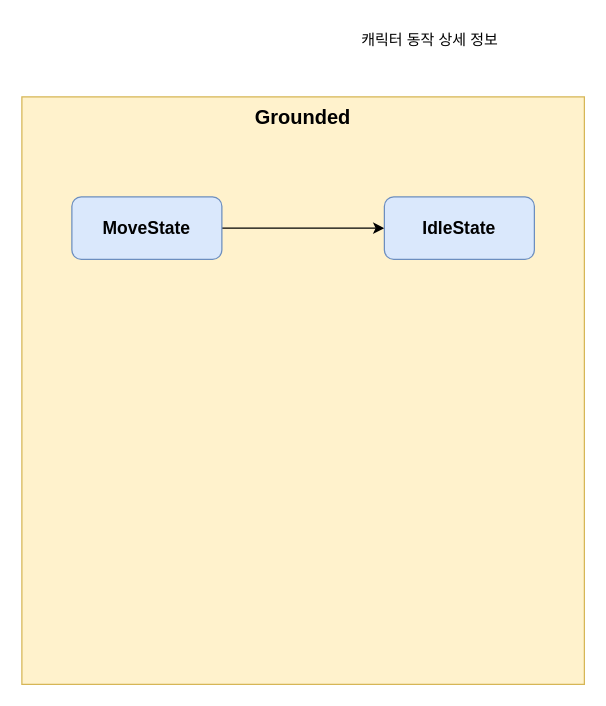
SBSun/Roguelike keeps this draw.io diagram as Roguelike.drawio. Above is the earlier version. Source tidied: cells renumbered, new cells numbered last; positions are measured from the earlier drawing's top-left corner, leaving out a move shared by most shapes. Both pictures are drawn from the tidied source at 125%, with x=0, y=0 at pixel (21, 21).
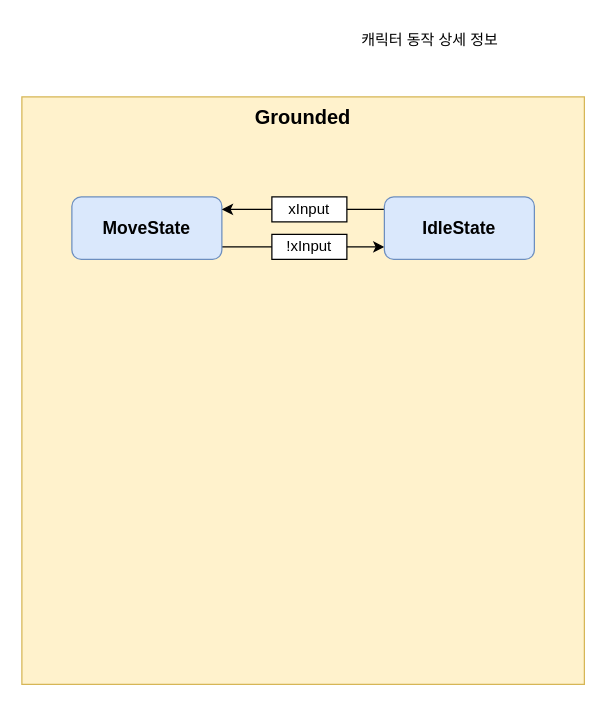
After the change.

Diff of the diagram source:
```diff
@@
 <mxGraphModel>
   <root>
     <mxCell id="0" />
     <mxCell id="1" parent="0" />
     <mxCell id="2" value="&amp;nbsp;캐릭터 동작 상세 정보" style="text;html=1;strokeColor=none;fillColor=none;align=center;verticalAlign=middle;whiteSpace=wrap;rounded=0;" parent="1" vertex="1">
       <mxGeometry x="240" width="170" height="30" as="geometry" />
     </mxCell>
     <mxCell id="3" value="&lt;b&gt;&lt;font style=&quot;font-size: 16px&quot;&gt;Grounded&lt;/font&gt;&lt;/b&gt;" style="rounded=0;whiteSpace=wrap;html=1;fillColor=#fff2cc;strokeColor=#d6b656;align=center;verticalAlign=top;" parent="1" vertex="1">
       <mxGeometry y="60" width="450" height="470" as="geometry" />
     </mxCell>
     <mxCell id="4" style="edgeStyle=orthogonalEdgeStyle;rounded=0;jettySize=auto;html=1;" parent="1" edge="1" source="5" target="6">
       <mxGeometry relative="1" as="geometry">
         <Array as="points">
-          <mxPoint x="230" y="165" />
-          <mxPoint x="230" y="165" />
+          <mxPoint x="170" y="180" />
+          <mxPoint x="170" y="180" />
         </Array>
       </mxGeometry>
     </mxCell>
     <mxCell id="5" value="&lt;b&gt;&lt;font style=&quot;font-size: 14px&quot;&gt;MoveState&lt;/font&gt;&lt;/b&gt;" style="rounded=1;whiteSpace=wrap;html=1;fillColor=#dae8fc;strokeColor=#6c8ebf;" parent="1" vertex="1">
       <mxGeometry x="40" y="140" width="120" height="50" as="geometry" />
     </mxCell>
+    <mxCell id="7" style="edgeStyle=orthogonalEdgeStyle;rounded=0;jettySize=auto;html=1;" parent="1" edge="1" source="6" target="5">
+      <mxGeometry relative="1" as="geometry">
+        <Array as="points">
+          <mxPoint x="220" y="150" />
+          <mxPoint x="220" y="150" />
+        </Array>
+      </mxGeometry>
+    </mxCell>
     <mxCell id="6" value="&lt;b&gt;&lt;font style=&quot;font-size: 14px&quot;&gt;IdleState&lt;/font&gt;&lt;/b&gt;" style="rounded=1;whiteSpace=wrap;html=1;fillColor=#dae8fc;strokeColor=#6c8ebf;" parent="1" vertex="1">
       <mxGeometry x="290" y="140" width="120" height="50" as="geometry" />
     </mxCell>
+    <mxCell id="8" value="xInput" style="rounded=0;whiteSpace=wrap;html=1;verticalAlign=middle;align=center;" parent="1" vertex="1">
+      <mxGeometry x="200" y="140" width="60" height="20" as="geometry" />
+    </mxCell>
+    <mxCell id="9" value="!xInput" style="rounded=0;whiteSpace=wrap;html=1;verticalAlign=middle;align=center;" parent="1" vertex="1">
+      <mxGeometry x="200" y="170" width="60" height="20" as="geometry" />
+    </mxCell>
   </root>
 </mxGraphModel>
```
